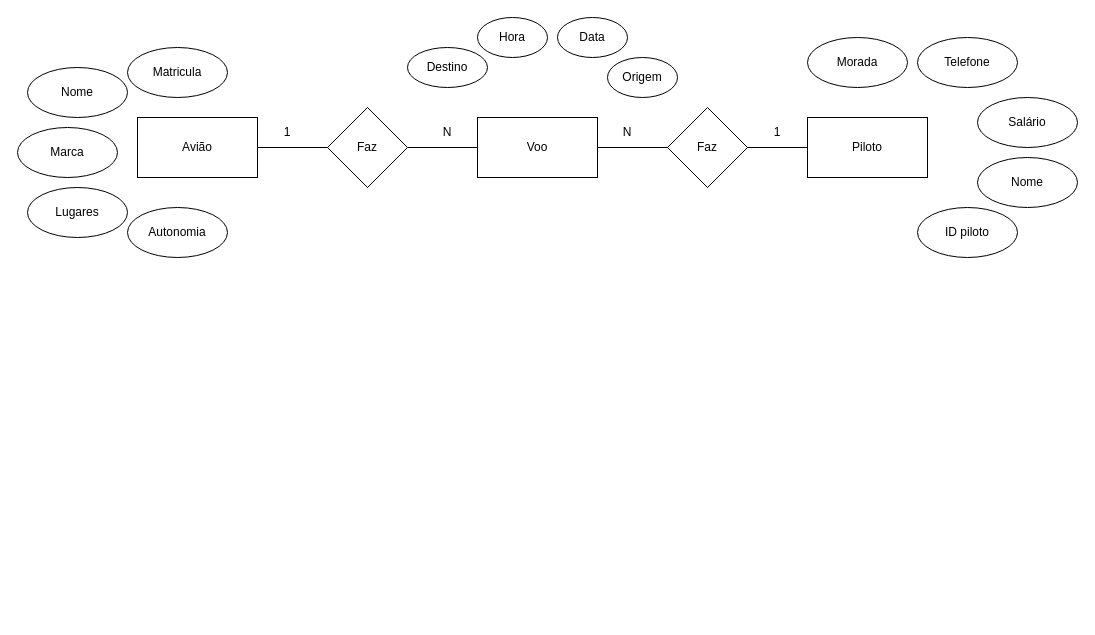
GoncaloPereira97/CESAE_Softdev_PRT_1023 keeps this draw.io diagram as Ex_03.drawio. Above is the earlier version. Source tidied: cells renumbered, new cells numbered last; positions are measured from the earlier drawing's top-left corner, leaving out a move shared by most shapes. Both pictures are drawn from the tidied source at 100%, with x=0, y=0 at pixel (17, 17).
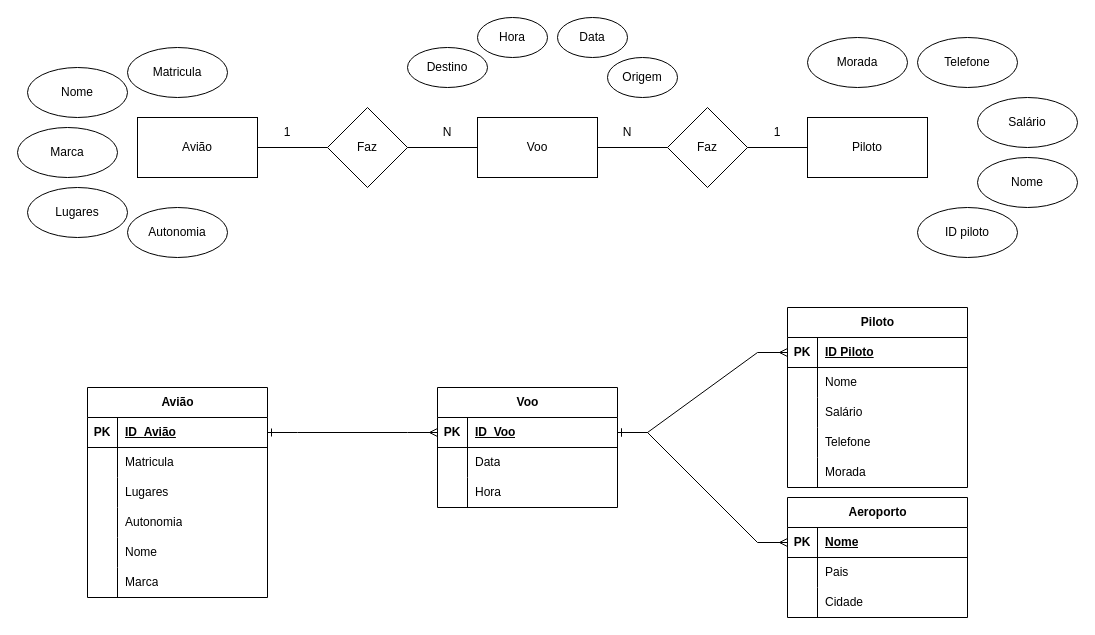
The same diagram, later.

The edit, as a diff of the source:
```diff
@@
+    <mxCell id="31" style="edgeStyle=entityRelationEdgeStyle;fontSize=12;html=1;endArrow=ERmany;startArrow=ERone;rounded=0;startFill=0;endFill=0;exitX=1;exitY=0.5;exitDx=0;exitDy=0;entryX=0;entryY=0.5;entryDx=0;entryDy=0;" parent="1" edge="1" source="34" target="69">
+      <mxGeometry relative="1" as="geometry" />
+    </mxCell>
+    <mxCell id="32" style="edgeStyle=entityRelationEdgeStyle;fontSize=12;html=1;endArrow=ERmany;startArrow=ERone;rounded=0;startFill=0;endFill=0;exitX=1;exitY=0.5;exitDx=0;exitDy=0;entryX=0;entryY=0.5;entryDx=0;entryDy=0;" parent="1" edge="1" source="69" target="53">
+      <mxGeometry relative="1" as="geometry" />
+    </mxCell>
+    <mxCell id="33" value="Avião" style="shape=table;startSize=30;childLayout=tableLayout;rowLines=0;fontStyle=1;align=center;html=1;" parent="1" vertex="1">
+      <mxGeometry x="70" y="370" width="180" height="210" as="geometry" />
+    </mxCell>
+    <mxCell id="34" style="shape=tableRow;horizontal=0;startSize=0;swimlaneHead=0;swimlaneBody=0;fillColor=none;points=[[0,0.5],[1,0.5]];portConstraint=eastwest;top=0;left=0;right=0;bottom=1;" parent="33" vertex="1">
+      <mxGeometry y="30" width="180" height="30" as="geometry" />
+    </mxCell>
+    <mxCell id="35" value="PK" style="shape=partialRectangle;fillColor=none;top=0;left=0;bottom=0;right=0;fontStyle=1;overflow=hidden;whiteSpace=wrap;html=1;" parent="34" vertex="1">
+      <mxGeometry width="30" height="30" as="geometry" />
+    </mxCell>
+    <mxCell id="36" value="ID_Avião" style="shape=partialRectangle;fillColor=none;top=0;left=0;bottom=0;right=0;align=left;spacingLeft=6;fontStyle=5;overflow=hidden;whiteSpace=wrap;html=1;" parent="34" vertex="1">
+      <mxGeometry x="30" width="150" height="30" as="geometry" />
+    </mxCell>
+    <mxCell id="37" style="shape=tableRow;horizontal=0;startSize=0;swimlaneHead=0;swimlaneBody=0;fillColor=none;top=0;left=0;right=0;bottom=0;" parent="33" vertex="1">
+      <mxGeometry y="60" width="180" height="30" as="geometry" />
+    </mxCell>
+    <mxCell id="38" style="shape=partialRectangle;fillColor=none;top=0;left=0;bottom=0;right=0;overflow=hidden;whiteSpace=wrap;html=1;" parent="37" vertex="1">
+      <mxGeometry width="30" height="30" as="geometry" />
+    </mxCell>
+    <mxCell id="39" value="Matricula" style="shape=partialRectangle;fillColor=none;top=0;left=0;bottom=0;right=0;align=left;spacingLeft=6;overflow=hidden;whiteSpace=wrap;html=1;" parent="37" vertex="1">
+      <mxGeometry x="30" width="150" height="30" as="geometry" />
+    </mxCell>
+    <mxCell id="40" style="shape=tableRow;horizontal=0;startSize=0;swimlaneHead=0;swimlaneBody=0;fillColor=none;top=0;left=0;right=0;bottom=0;" parent="33" vertex="1">
+      <mxGeometry y="90" width="180" height="30" as="geometry" />
+    </mxCell>
+    <mxCell id="41" style="shape=partialRectangle;fillColor=none;top=0;left=0;bottom=0;right=0;overflow=hidden;whiteSpace=wrap;html=1;" parent="40" vertex="1">
+      <mxGeometry width="30" height="30" as="geometry" />
+    </mxCell>
+    <mxCell id="42" value="Lugares" style="shape=partialRectangle;fillColor=none;top=0;left=0;bottom=0;right=0;align=left;spacingLeft=6;overflow=hidden;whiteSpace=wrap;html=1;" parent="40" vertex="1">
+      <mxGeometry x="30" width="150" height="30" as="geometry" />
+    </mxCell>
+    <mxCell id="43" style="shape=tableRow;horizontal=0;startSize=0;swimlaneHead=0;swimlaneBody=0;fillColor=none;top=0;left=0;right=0;bottom=0;" parent="33" vertex="1">
+      <mxGeometry y="120" width="180" height="30" as="geometry" />
+    </mxCell>
+    <mxCell id="44" style="shape=partialRectangle;fillColor=none;top=0;left=0;bottom=0;right=0;overflow=hidden;whiteSpace=wrap;html=1;" parent="43" vertex="1">
+      <mxGeometry width="30" height="30" as="geometry" />
+    </mxCell>
+    <mxCell id="45" value="Autonomia" style="shape=partialRectangle;fillColor=none;top=0;left=0;bottom=0;right=0;align=left;spacingLeft=6;overflow=hidden;whiteSpace=wrap;html=1;" parent="43" vertex="1">
+      <mxGeometry x="30" width="150" height="30" as="geometry" />
+    </mxCell>
+    <mxCell id="46" style="shape=tableRow;horizontal=0;startSize=0;swimlaneHead=0;swimlaneBody=0;fillColor=none;top=0;left=0;right=0;bottom=0;" parent="33" vertex="1">
+      <mxGeometry y="150" width="180" height="30" as="geometry" />
+    </mxCell>
+    <mxCell id="47" style="shape=partialRectangle;fillColor=none;top=0;left=0;bottom=0;right=0;overflow=hidden;whiteSpace=wrap;html=1;" parent="46" vertex="1">
+      <mxGeometry width="30" height="30" as="geometry" />
+    </mxCell>
+    <mxCell id="48" value="Nome" style="shape=partialRectangle;fillColor=none;top=0;left=0;bottom=0;right=0;align=left;spacingLeft=6;overflow=hidden;whiteSpace=wrap;html=1;" parent="46" vertex="1">
+      <mxGeometry x="30" width="150" height="30" as="geometry" />
+    </mxCell>
+    <mxCell id="49" style="shape=tableRow;horizontal=0;startSize=0;swimlaneHead=0;swimlaneBody=0;fillColor=none;top=0;left=0;right=0;bottom=0;" parent="33" vertex="1">
+      <mxGeometry y="180" width="180" height="30" as="geometry" />
+    </mxCell>
+    <mxCell id="50" style="shape=partialRectangle;fillColor=none;top=0;left=0;bottom=0;right=0;overflow=hidden;whiteSpace=wrap;html=1;" parent="49" vertex="1">
+      <mxGeometry width="30" height="30" as="geometry" />
+    </mxCell>
+    <mxCell id="51" value="Marca" style="shape=partialRectangle;fillColor=none;top=0;left=0;bottom=0;right=0;align=left;spacingLeft=6;overflow=hidden;whiteSpace=wrap;html=1;" parent="49" vertex="1">
+      <mxGeometry x="30" width="150" height="30" as="geometry" />
+    </mxCell>
+    <mxCell id="52" value="Piloto" style="shape=table;startSize=30;childLayout=tableLayout;rowLines=0;fontStyle=1;align=center;html=1;" parent="1" vertex="1">
+      <mxGeometry x="770" y="290" width="180" height="180" as="geometry" />
+    </mxCell>
+    <mxCell id="53" style="shape=tableRow;horizontal=0;startSize=0;swimlaneHead=0;swimlaneBody=0;fillColor=none;points=[[0,0.5],[1,0.5]];portConstraint=eastwest;top=0;left=0;right=0;bottom=1;" parent="52" vertex="1">
+      <mxGeometry y="30" width="180" height="30" as="geometry" />
+    </mxCell>
+    <mxCell id="54" value="PK" style="shape=partialRectangle;fillColor=none;top=0;left=0;bottom=0;right=0;fontStyle=1;overflow=hidden;whiteSpace=wrap;html=1;" parent="53" vertex="1">
+      <mxGeometry width="30" height="30" as="geometry" />
+    </mxCell>
+    <mxCell id="55" value="ID Piloto" style="shape=partialRectangle;fillColor=none;top=0;left=0;bottom=0;right=0;align=left;spacingLeft=6;fontStyle=5;overflow=hidden;whiteSpace=wrap;html=1;" parent="53" vertex="1">
+      <mxGeometry x="30" width="150" height="30" as="geometry" />
+    </mxCell>
+    <mxCell id="56" style="shape=tableRow;horizontal=0;startSize=0;swimlaneHead=0;swimlaneBody=0;fillColor=none;top=0;left=0;right=0;bottom=0;" parent="52" vertex="1">
+      <mxGeometry y="60" width="180" height="30" as="geometry" />
+    </mxCell>
+    <mxCell id="57" style="shape=partialRectangle;fillColor=none;top=0;left=0;bottom=0;right=0;overflow=hidden;whiteSpace=wrap;html=1;" parent="56" vertex="1">
+      <mxGeometry width="30" height="30" as="geometry" />
+    </mxCell>
+    <mxCell id="58" value="Nome" style="shape=partialRectangle;fillColor=none;top=0;left=0;bottom=0;right=0;align=left;spacingLeft=6;overflow=hidden;whiteSpace=wrap;html=1;" parent="56" vertex="1">
+      <mxGeometry x="30" width="150" height="30" as="geometry" />
+    </mxCell>
+    <mxCell id="59" style="shape=tableRow;horizontal=0;startSize=0;swimlaneHead=0;swimlaneBody=0;fillColor=none;top=0;left=0;right=0;bottom=0;" parent="52" vertex="1">
+      <mxGeometry y="90" width="180" height="30" as="geometry" />
+    </mxCell>
+    <mxCell id="60" style="shape=partialRectangle;fillColor=none;top=0;left=0;bottom=0;right=0;overflow=hidden;whiteSpace=wrap;html=1;" parent="59" vertex="1">
+      <mxGeometry width="30" height="30" as="geometry" />
+    </mxCell>
+    <mxCell id="61" value="Salário&lt;span style=&quot;white-space: pre;&quot;&gt;&#9;&lt;/span&gt;" style="shape=partialRectangle;fillColor=none;top=0;left=0;bottom=0;right=0;align=left;spacingLeft=6;overflow=hidden;whiteSpace=wrap;html=1;" parent="59" vertex="1">
+      <mxGeometry x="30" width="150" height="30" as="geometry" />
+    </mxCell>
+    <mxCell id="62" style="shape=tableRow;horizontal=0;startSize=0;swimlaneHead=0;swimlaneBody=0;fillColor=none;top=0;left=0;right=0;bottom=0;" parent="52" vertex="1">
+      <mxGeometry y="120" width="180" height="30" as="geometry" />
+    </mxCell>
+    <mxCell id="63" style="shape=partialRectangle;fillColor=none;top=0;left=0;bottom=0;right=0;overflow=hidden;whiteSpace=wrap;html=1;" parent="62" vertex="1">
+      <mxGeometry width="30" height="30" as="geometry" />
+    </mxCell>
+    <mxCell id="64" value="Telefone" style="shape=partialRectangle;fillColor=none;top=0;left=0;bottom=0;right=0;align=left;spacingLeft=6;overflow=hidden;whiteSpace=wrap;html=1;" parent="62" vertex="1">
+      <mxGeometry x="30" width="150" height="30" as="geometry" />
+    </mxCell>
+    <mxCell id="65" style="shape=tableRow;horizontal=0;startSize=0;swimlaneHead=0;swimlaneBody=0;fillColor=none;top=0;left=0;right=0;bottom=0;" parent="52" vertex="1">
+      <mxGeometry y="150" width="180" height="30" as="geometry" />
+    </mxCell>
+    <mxCell id="66" style="shape=partialRectangle;fillColor=none;top=0;left=0;bottom=0;right=0;overflow=hidden;whiteSpace=wrap;html=1;" parent="65" vertex="1">
+      <mxGeometry width="30" height="30" as="geometry" />
+    </mxCell>
+    <mxCell id="67" value="Morada" style="shape=partialRectangle;fillColor=none;top=0;left=0;bottom=0;right=0;align=left;spacingLeft=6;overflow=hidden;whiteSpace=wrap;html=1;" parent="65" vertex="1">
+      <mxGeometry x="30" width="150" height="30" as="geometry" />
+    </mxCell>
+    <mxCell id="68" value="Voo" style="shape=table;startSize=30;childLayout=tableLayout;rowLines=0;fontStyle=1;align=center;html=1;" parent="1" vertex="1">
+      <mxGeometry x="420" y="370" width="180" height="120" as="geometry" />
+    </mxCell>
+    <mxCell id="69" style="shape=tableRow;horizontal=0;startSize=0;swimlaneHead=0;swimlaneBody=0;fillColor=none;points=[[0,0.5],[1,0.5]];portConstraint=eastwest;top=0;left=0;right=0;bottom=1;" parent="68" vertex="1">
+      <mxGeometry y="30" width="180" height="30" as="geometry" />
+    </mxCell>
+    <mxCell id="70" value="PK" style="shape=partialRectangle;fillColor=none;top=0;left=0;bottom=0;right=0;fontStyle=1;overflow=hidden;whiteSpace=wrap;html=1;" parent="69" vertex="1">
+      <mxGeometry width="30" height="30" as="geometry" />
+    </mxCell>
+    <mxCell id="71" value="ID_Voo" style="shape=partialRectangle;fillColor=none;top=0;left=0;bottom=0;right=0;align=left;spacingLeft=6;fontStyle=5;overflow=hidden;whiteSpace=wrap;html=1;" parent="69" vertex="1">
+      <mxGeometry x="30" width="150" height="30" as="geometry" />
+    </mxCell>
+    <mxCell id="72" style="shape=tableRow;horizontal=0;startSize=0;swimlaneHead=0;swimlaneBody=0;fillColor=none;top=0;left=0;right=0;bottom=0;" parent="68" vertex="1">
+      <mxGeometry y="60" width="180" height="30" as="geometry" />
+    </mxCell>
+    <mxCell id="73" style="shape=partialRectangle;fillColor=none;top=0;left=0;bottom=0;right=0;overflow=hidden;whiteSpace=wrap;html=1;" parent="72" vertex="1">
+      <mxGeometry width="30" height="30" as="geometry" />
+    </mxCell>
+    <mxCell id="74" value="Data" style="shape=partialRectangle;fillColor=none;top=0;left=0;bottom=0;right=0;align=left;spacingLeft=6;overflow=hidden;whiteSpace=wrap;html=1;" parent="72" vertex="1">
+      <mxGeometry x="30" width="150" height="30" as="geometry" />
+    </mxCell>
+    <mxCell id="75" style="shape=tableRow;horizontal=0;startSize=0;swimlaneHead=0;swimlaneBody=0;fillColor=none;top=0;left=0;right=0;bottom=0;" parent="68" vertex="1">
+      <mxGeometry y="90" width="180" height="30" as="geometry" />
+    </mxCell>
+    <mxCell id="76" style="shape=partialRectangle;fillColor=none;top=0;left=0;bottom=0;right=0;overflow=hidden;whiteSpace=wrap;html=1;" parent="75" vertex="1">
+      <mxGeometry width="30" height="30" as="geometry" />
+    </mxCell>
+    <mxCell id="77" value="Hora" style="shape=partialRectangle;fillColor=none;top=0;left=0;bottom=0;right=0;align=left;spacingLeft=6;overflow=hidden;whiteSpace=wrap;html=1;" parent="75" vertex="1">
+      <mxGeometry x="30" width="150" height="30" as="geometry" />
+    </mxCell>
+    <mxCell id="78" style="edgeStyle=entityRelationEdgeStyle;fontSize=12;html=1;endArrow=ERmany;startArrow=ERone;rounded=0;startFill=0;endFill=0;exitX=1;exitY=0.5;exitDx=0;exitDy=0;entryX=0;entryY=0.5;entryDx=0;entryDy=0;" parent="1" edge="1" source="69" target="80">
+      <mxGeometry relative="1" as="geometry" />
+    </mxCell>
+    <mxCell id="79" value="Aeroporto" style="shape=table;startSize=30;childLayout=tableLayout;rowLines=0;fontStyle=1;align=center;html=1;" parent="1" vertex="1">
+      <mxGeometry x="770" y="480" width="180" height="120" as="geometry" />
+    </mxCell>
+    <mxCell id="80" style="shape=tableRow;horizontal=0;startSize=0;swimlaneHead=0;swimlaneBody=0;fillColor=none;points=[[0,0.5],[1,0.5]];portConstraint=eastwest;top=0;left=0;right=0;bottom=1;" parent="79" vertex="1">
+      <mxGeometry y="30" width="180" height="30" as="geometry" />
+    </mxCell>
+    <mxCell id="81" value="PK" style="shape=partialRectangle;fillColor=none;top=0;left=0;bottom=0;right=0;fontStyle=1;overflow=hidden;whiteSpace=wrap;html=1;" parent="80" vertex="1">
+      <mxGeometry width="30" height="30" as="geometry" />
+    </mxCell>
+    <mxCell id="82" value="Nome" style="shape=partialRectangle;fillColor=none;top=0;left=0;bottom=0;right=0;align=left;spacingLeft=6;fontStyle=5;overflow=hidden;whiteSpace=wrap;html=1;" parent="80" vertex="1">
+      <mxGeometry x="30" width="150" height="30" as="geometry" />
+    </mxCell>
+    <mxCell id="83" style="shape=tableRow;horizontal=0;startSize=0;swimlaneHead=0;swimlaneBody=0;fillColor=none;top=0;left=0;right=0;bottom=0;" parent="79" vertex="1">
+      <mxGeometry y="60" width="180" height="30" as="geometry" />
+    </mxCell>
+    <mxCell id="84" style="shape=partialRectangle;fillColor=none;top=0;left=0;bottom=0;right=0;overflow=hidden;whiteSpace=wrap;html=1;" parent="83" vertex="1">
+      <mxGeometry width="30" height="30" as="geometry" />
+    </mxCell>
+    <mxCell id="85" value="Pais" style="shape=partialRectangle;fillColor=none;top=0;left=0;bottom=0;right=0;align=left;spacingLeft=6;overflow=hidden;whiteSpace=wrap;html=1;" parent="83" vertex="1">
+      <mxGeometry x="30" width="150" height="30" as="geometry" />
+    </mxCell>
+    <mxCell id="86" style="shape=tableRow;horizontal=0;startSize=0;swimlaneHead=0;swimlaneBody=0;fillColor=none;top=0;left=0;right=0;bottom=0;" parent="79" vertex="1">
+      <mxGeometry y="90" width="180" height="30" as="geometry" />
+    </mxCell>
+    <mxCell id="87" style="shape=partialRectangle;fillColor=none;top=0;left=0;bottom=0;right=0;overflow=hidden;whiteSpace=wrap;html=1;" parent="86" vertex="1">
+      <mxGeometry width="30" height="30" as="geometry" />
+    </mxCell>
+    <mxCell id="88" value="Cidade" style="shape=partialRectangle;fillColor=none;top=0;left=0;bottom=0;right=0;align=left;spacingLeft=6;overflow=hidden;whiteSpace=wrap;html=1;" parent="86" vertex="1">
+      <mxGeometry x="30" width="150" height="30" as="geometry" />
+    </mxCell>
```
